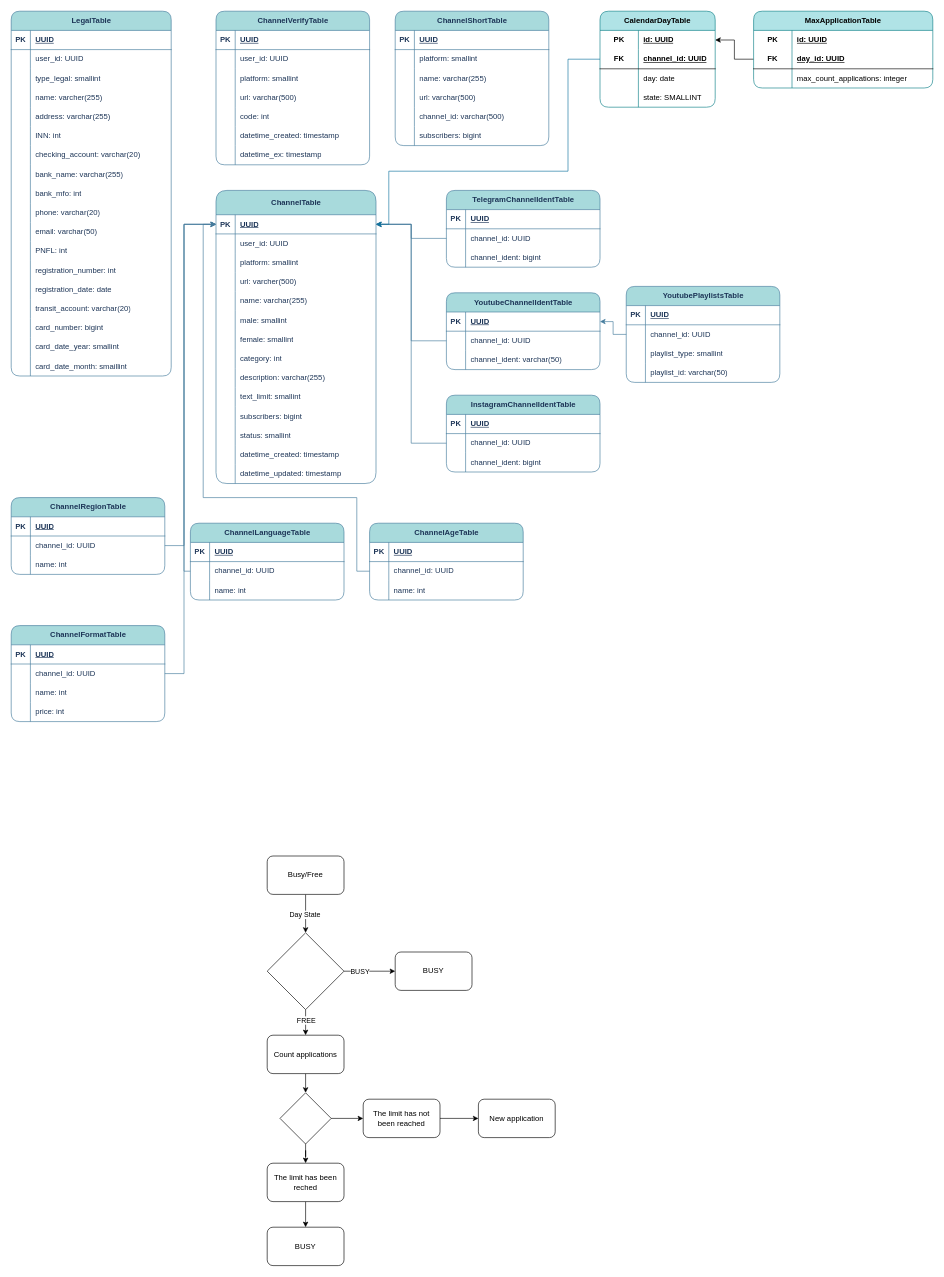
The draw.io diagram page "channel_database" (6 of 9) of Advertiser-Blogger.drawio in KmvRoman/Diagrams, before the edit. Source tidied: cells renumbered, new cells numbered last; positions are measured from the earlier drawing's top-left corner, leaving out a move shared by most shapes. Both pictures are drawn from the tidied source at 64%, with x=0, y=0 at pixel (11, 11).
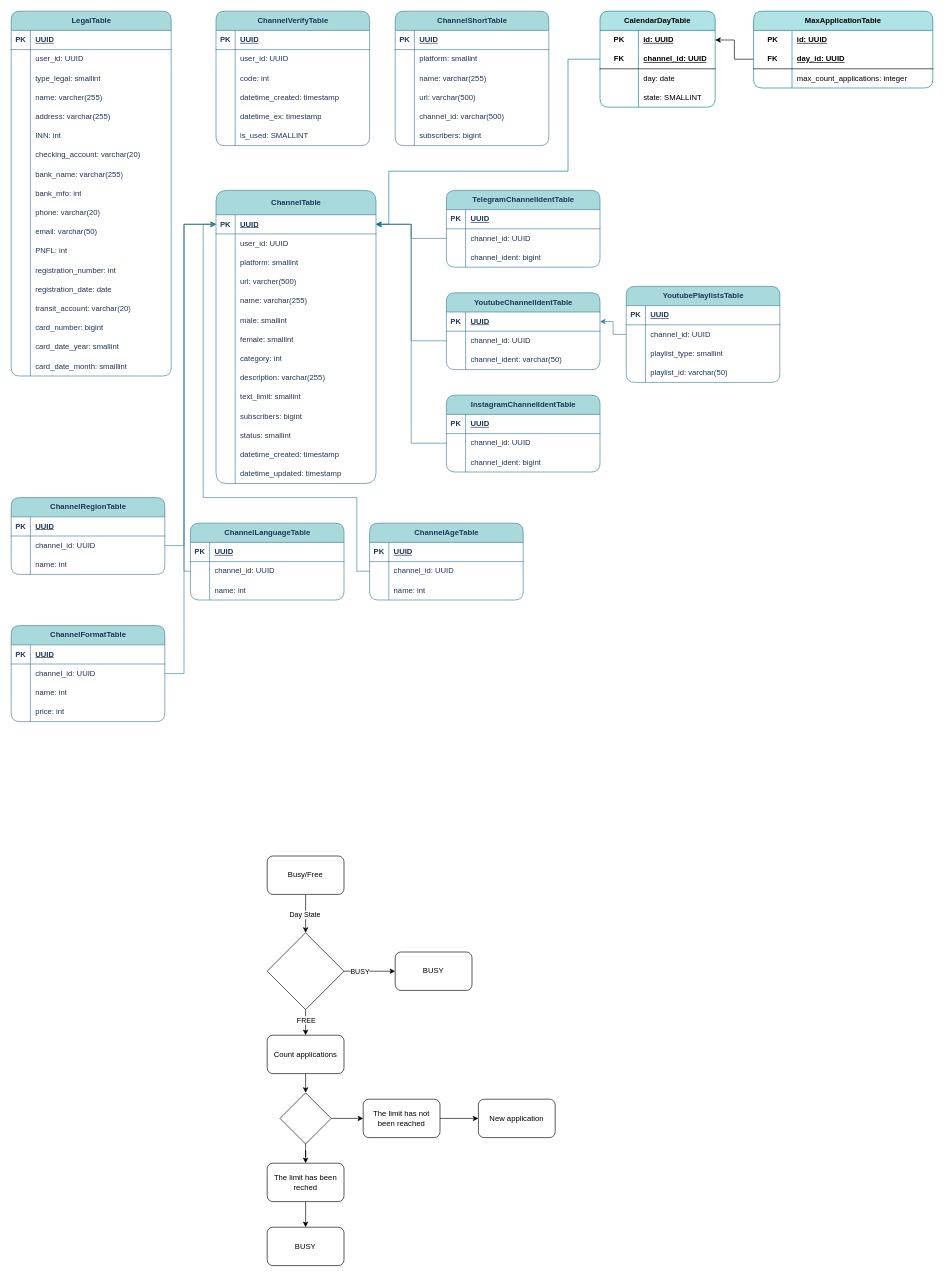
After the change.

The edit, as a diff of the source:
```diff
@@
     <mxCell id="57" value="ChannelVerifyTable" style="shape=table;startSize=30;childLayout=tableLayout;rowLines=0;fontStyle=1;align=center;html=1;rounded=1;labelBackgroundColor=none;fillColor=#A8DADC;strokeColor=#457B9D;fontColor=#1D3557;" parent="1" vertex="1">
-      <mxGeometry x="320" width="240" height="240" as="geometry" />
+      <mxGeometry x="320" width="240" height="210" as="geometry" />
     </mxCell>
@@
-    <mxCell id="64" style="shape=tableRow;horizontal=0;startSize=0;swimlaneHead=0;swimlaneBody=0;fillColor=none;top=0;left=0;right=0;bottom=0;labelBackgroundColor=none;strokeColor=#457B9D;fontColor=#1D3557;" parent="57" vertex="1">
-      <mxGeometry y="90" width="240" height="30" as="geometry" />
-    </mxCell>
-    <mxCell id="65" style="shape=partialRectangle;fillColor=none;top=0;left=0;bottom=0;right=0;overflow=hidden;whiteSpace=wrap;html=1;labelBackgroundColor=none;strokeColor=#457B9D;fontColor=#1D3557;" parent="64" vertex="1">
-      <mxGeometry width="30" height="30" as="geometry" />
-    </mxCell>
-    <mxCell id="66" value="platform: smallint" style="shape=partialRectangle;fillColor=none;top=0;left=0;bottom=0;right=0;align=left;spacingLeft=6;overflow=hidden;whiteSpace=wrap;html=1;labelBackgroundColor=none;strokeColor=#457B9D;fontColor=#1D3557;" parent="64" vertex="1">
-      <mxGeometry x="30" width="210" height="30" as="geometry" />
-    </mxCell>
-    <mxCell id="67" style="shape=tableRow;horizontal=0;startSize=0;swimlaneHead=0;swimlaneBody=0;fillColor=none;top=0;left=0;right=0;bottom=0;labelBackgroundColor=none;strokeColor=#457B9D;fontColor=#1D3557;" parent="57" vertex="1">
-      <mxGeometry y="120" width="240" height="30" as="geometry" />
-    </mxCell>
-    <mxCell id="68" style="shape=partialRectangle;fillColor=none;top=0;left=0;bottom=0;right=0;overflow=hidden;whiteSpace=wrap;html=1;labelBackgroundColor=none;strokeColor=#457B9D;fontColor=#1D3557;" parent="67" vertex="1">
-      <mxGeometry width="30" height="30" as="geometry" />
-    </mxCell>
-    <mxCell id="69" value="url: varchar(500)" style="shape=partialRectangle;fillColor=none;top=0;left=0;bottom=0;right=0;align=left;spacingLeft=6;overflow=hidden;whiteSpace=wrap;html=1;labelBackgroundColor=none;strokeColor=#457B9D;fontColor=#1D3557;" parent="67" vertex="1">
-      <mxGeometry x="30" width="210" height="30" as="geometry" />
-    </mxCell>
     <mxCell id="70" style="shape=tableRow;horizontal=0;startSize=0;swimlaneHead=0;swimlaneBody=0;fillColor=none;top=0;left=0;right=0;bottom=0;labelBackgroundColor=none;strokeColor=#457B9D;fontColor=#1D3557;" parent="57" vertex="1">
-      <mxGeometry y="150" width="240" height="30" as="geometry" />
+      <mxGeometry y="90" width="240" height="30" as="geometry" />
     </mxCell>
@@
     <mxCell id="73" style="shape=tableRow;horizontal=0;startSize=0;swimlaneHead=0;swimlaneBody=0;fillColor=none;top=0;left=0;right=0;bottom=0;labelBackgroundColor=none;strokeColor=#457B9D;fontColor=#1D3557;" parent="57" vertex="1">
-      <mxGeometry y="180" width="240" height="30" as="geometry" />
+      <mxGeometry y="120" width="240" height="30" as="geometry" />
     </mxCell>
@@
     <mxCell id="76" style="shape=tableRow;horizontal=0;startSize=0;swimlaneHead=0;swimlaneBody=0;fillColor=none;top=0;left=0;right=0;bottom=0;labelBackgroundColor=none;strokeColor=#457B9D;fontColor=#1D3557;" parent="57" vertex="1">
-      <mxGeometry y="210" width="240" height="30" as="geometry" />
+      <mxGeometry y="150" width="240" height="30" as="geometry" />
     </mxCell>
@@
+    <mxCell id="280" style="shape=tableRow;horizontal=0;startSize=0;swimlaneHead=0;swimlaneBody=0;fillColor=none;top=0;left=0;right=0;bottom=0;labelBackgroundColor=none;strokeColor=#457B9D;fontColor=#1D3557;" parent="57" vertex="1">
+      <mxGeometry y="180" width="240" height="30" as="geometry" />
+    </mxCell>
+    <mxCell id="281" style="shape=partialRectangle;fillColor=none;top=0;left=0;bottom=0;right=0;overflow=hidden;whiteSpace=wrap;html=1;labelBackgroundColor=none;strokeColor=#457B9D;fontColor=#1D3557;" parent="280" vertex="1">
+      <mxGeometry width="30" height="30" as="geometry" />
+    </mxCell>
+    <mxCell id="282" value="is_used: SMALLINT" style="shape=partialRectangle;fillColor=none;top=0;left=0;bottom=0;right=0;align=left;spacingLeft=6;overflow=hidden;whiteSpace=wrap;html=1;labelBackgroundColor=none;strokeColor=#457B9D;fontColor=#1D3557;" parent="280" vertex="1">
+      <mxGeometry x="30" width="210" height="30" as="geometry" />
+    </mxCell>
```
